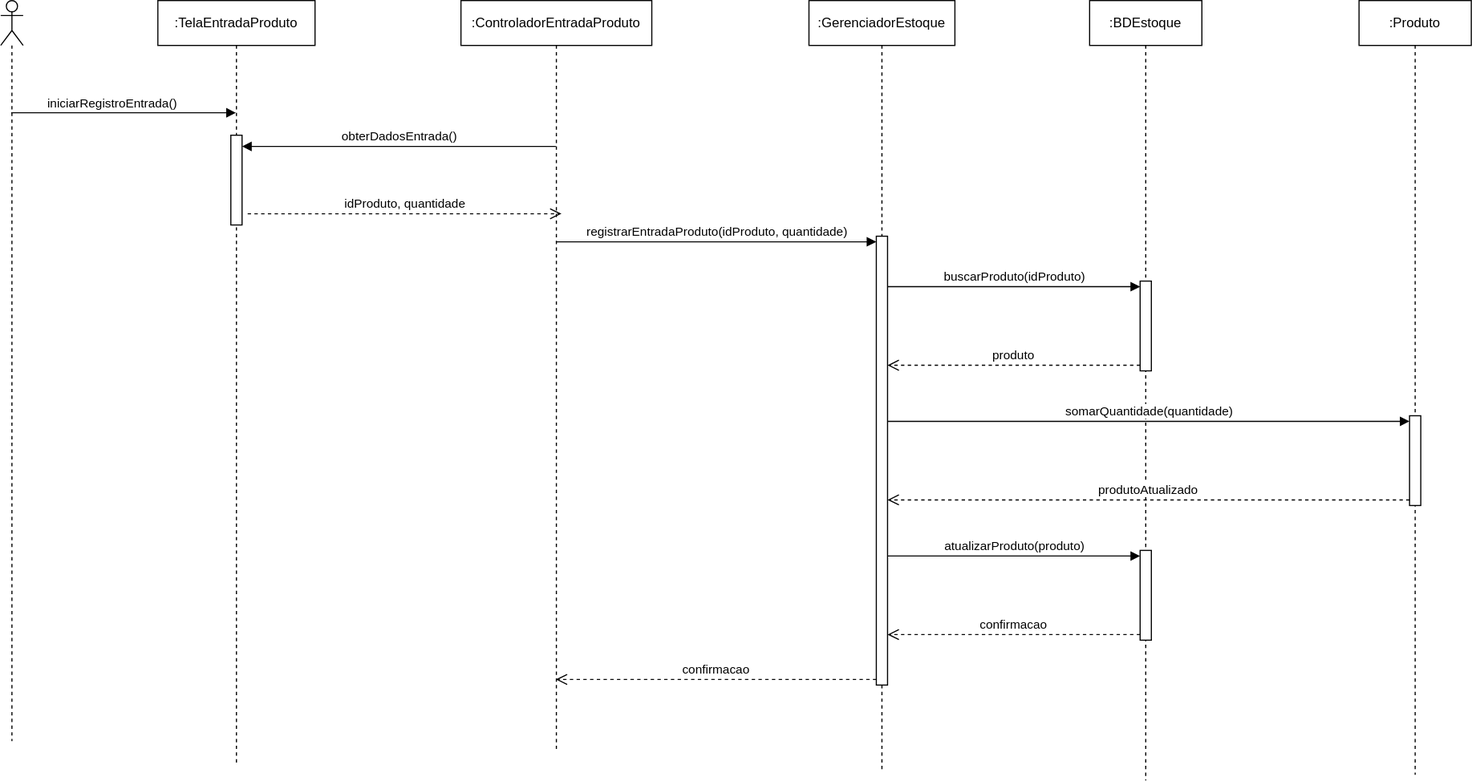
Above: DiagramaSequenciaFinalCorrigido.drawio.svg in Luca-Saboia/Desenvolvimento-de-Sistemas-II (draw.io), before the change. Source tidied: cells renumbered, new cells last; positions are measured from the earlier drawing's top-left corner, leaving out a move shared by most shapes.
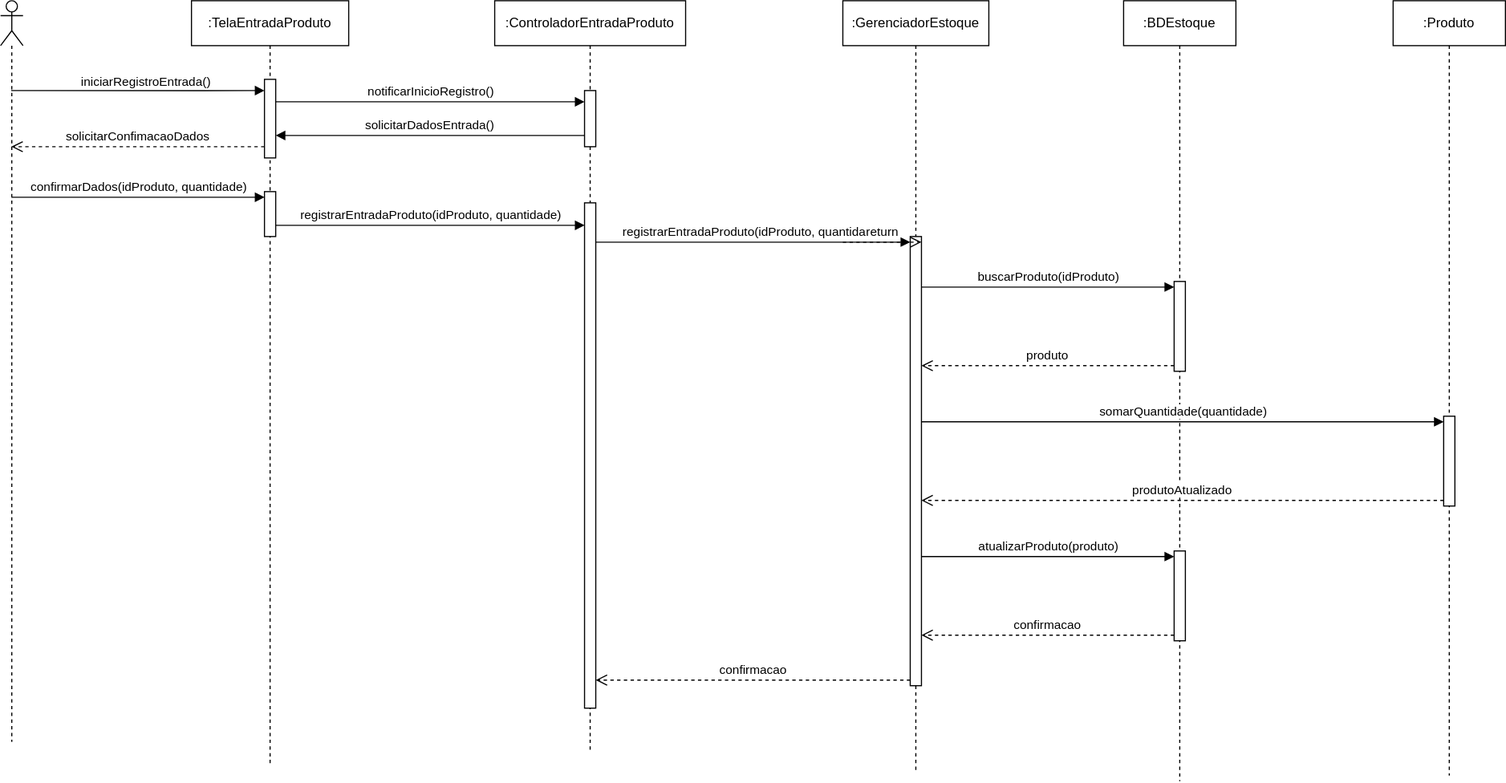
After the commit.

Diff of the diagram source:
```diff
@@ -3,17 +3,26 @@
     <mxCell id="0" />
     <mxCell id="1" parent="0" />
     <mxCell id="2" style="shape=umlLifeline;perimeter=lifelinePerimeter;whiteSpace=wrap;html=1;newEdgeStyle={&quot;curved&quot;:0,&quot;rounded&quot;:0};participant=umlActor;" parent="1" vertex="1">
-      <mxGeometry width="20" height="660" as="geometry" />
+      <mxGeometry x="-30" width="20" height="660" as="geometry" />
     </mxCell>
     <mxCell id="3" value=":TelaEntradaProduto" style="shape=umlLifeline;perimeter=lifelinePerimeter;whiteSpace=wrap;html=1;newEdgeStyle={&quot;curved&quot;:0,&quot;rounded&quot;:0};" parent="1" vertex="1">
       <mxGeometry x="140" width="140" height="680" as="geometry" />
     </mxCell>
-    <mxCell id="4" style="html=1;points=[[0,0,0,0,5],[0,1,0,0,-5],[1,0,0,0,5],[1,1,0,0,-5]];perimeter=orthogonalPerimeter;outlineConnect=0;targetShapes=umlLifeline;portConstraint=eastwest;newEdgeStyle={&quot;curved&quot;:0,&quot;rounded&quot;:0};" parent="3" vertex="1">
-      <mxGeometry x="65" y="120" width="10" height="80" as="geometry" />
-    </mxCell>
+    <mxCell id="25" style="html=1;perimeter=orthogonalPerimeter;targetShapes=umlLifeline;newEdgeStyle={&quot;curved&quot;:0,&quot;rounded&quot;:0};" parent="3" vertex="1">
+      <mxGeometry x="65" y="170" width="10" height="40" as="geometry" />
+    </mxCell>
+    <mxCell id="26" style="html=1;perimeter=orthogonalPerimeter;targetShapes=umlLifeline;newEdgeStyle={&quot;curved&quot;:0,&quot;rounded&quot;:0};" parent="3" vertex="1">
+      <mxGeometry x="65" y="70" width="10" height="70" as="geometry" />
+    </mxCell>
     <mxCell id="5" value=":ControladorEntradaProduto" style="shape=umlLifeline;perimeter=lifelinePerimeter;whiteSpace=wrap;html=1;outlineConnect=0;portConstraint=eastwest;newEdgeStyle={&quot;curved&quot;:0,&quot;rounded&quot;:0};" parent="1" vertex="1">
       <mxGeometry x="410" width="170" height="670" as="geometry" />
     </mxCell>
+    <mxCell id="27" style="html=1;points=[[0,0,0,0,5],[0,1,0,0,-5],[1,0,0,0,5],[1,1,0,0,-5]];perimeter=orthogonalPerimeter;outlineConnect=0;targetShapes=umlLifeline;portConstraint=eastwest;newEdgeStyle={&quot;curved&quot;:0,&quot;rounded&quot;:0};" parent="5" vertex="1">
+      <mxGeometry x="80" y="180" width="10" height="450" as="geometry" />
+    </mxCell>
+    <mxCell id="28" style="html=1;points=[[0,0,0,0,5],[0,1,0,0,-5],[1,0,0,0,5],[1,1,0,0,-5]];perimeter=orthogonalPerimeter;outlineConnect=0;targetShapes=umlLifeline;portConstraint=eastwest;newEdgeStyle={&quot;curved&quot;:0,&quot;rounded&quot;:0};" parent="5" vertex="1">
+      <mxGeometry x="80" y="80" width="10" height="50" as="geometry" />
+    </mxCell>
     <mxCell id="6" value=":Produto" style="shape=umlLifeline;perimeter=lifelinePerimeter;whiteSpace=wrap;html=1;newEdgeStyle={&quot;curved&quot;:0,&quot;rounded&quot;:0};size=40;" parent="1" vertex="1">
       <mxGeometry x="1210" width="100" height="690" as="geometry" />
     </mxCell>
@@ -22,18 +31,18 @@
     </mxCell>
     <mxCell id="8" style="endArrow=block;endFill=1;html=1;edgeStyle=orthogonalEdgeStyle;align=left;verticalAlign=top;rounded=0;" parent="1" edge="1">
       <mxGeometry x="-0.79" y="60" relative="1" as="geometry">
-        <mxPoint x="9.3" y="100" as="sourcePoint" />
-        <mxPoint x="209.5" y="100" as="targetPoint" />
+        <mxPoint x="-20.5" y="80" as="sourcePoint" />
+        <mxPoint x="205" y="80" as="targetPoint" />
         <Array as="points">
-          <mxPoint x="110" y="100" />
-          <mxPoint x="110" y="100" />
+          <mxPoint x="150" y="80" />
+          <mxPoint x="150" y="80" />
         </Array>
         <mxPoint x="-1" as="offset" />
       </mxGeometry>
     </mxCell>
     <mxCell id="9" value="iniciarRegistroEntrada()" style="edgeLabel;html=1;align=left;verticalAlign=bottom;" parent="8" vertex="1">
       <mxGeometry x="-1" relative="1" as="geometry">
-        <mxPoint x="31" as="offset" />
+        <mxPoint x="61" as="offset" />
       </mxGeometry>
     </mxCell>
     <mxCell id="10" value=":BDEstoque" style="shape=umlLifeline;perimeter=lifelinePerimeter;whiteSpace=wrap;html=1;newEdgeStyle={&quot;curved&quot;:0,&quot;rounded&quot;:0};" parent="1" vertex="1">
@@ -45,17 +54,9 @@
     <mxCell id="12" style="html=1;points=[[0,0,0,0,5],[0,1,0,0,-5],[1,0,0,0,5],[1,1,0,0,-5]];perimeter=orthogonalPerimeter;outlineConnect=0;targetShapes=umlLifeline;portConstraint=eastwest;newEdgeStyle={&quot;curved&quot;:0,&quot;rounded&quot;:0};" parent="10" vertex="1">
       <mxGeometry x="45" y="490" width="10" height="80" as="geometry" />
     </mxCell>
-    <mxCell id="13" value="idProduto, quantidade" style="html=1;verticalAlign=bottom;endArrow=open;dashed=1;endSize=8;curved=0;rounded=0;" parent="1" edge="1">
-      <mxGeometry relative="1" as="geometry">
-        <mxPoint x="220" y="190" as="sourcePoint" />
-        <mxPoint x="499.5" y="190" as="targetPoint" />
-      </mxGeometry>
-    </mxCell>
-    <mxCell id="14" value="obterDadosEntrada()" style="html=1;verticalAlign=bottom;endArrow=block;curved=0;rounded=0;" parent="1" edge="1" source="5" target="4">
+    <mxCell id="14" value="notificarInicioRegistro()" style="html=1;verticalAlign=bottom;endArrow=block;curved=0;rounded=0;" parent="1" edge="1" target="28">
       <mxGeometry relative="1" as="geometry">
-        <Array as="points">
-          <mxPoint x="380" y="130" />
-        </Array>
+        <mxPoint x="215" y="90" as="sourcePoint" />
       </mxGeometry>
     </mxCell>
     <mxCell id="15" value=":GerenciadorEstoque" style="shape=umlLifeline;perimeter=lifelinePerimeter;whiteSpace=wrap;html=1;newEdgeStyle={&quot;curved&quot;:0,&quot;rounded&quot;:0};" parent="1" vertex="1">
@@ -64,10 +65,10 @@
     <mxCell id="16" style="html=1;points=[[0,0,0,0,5],[0,1,0,0,-5],[1,0,0,0,5],[1,1,0,0,-5]];perimeter=orthogonalPerimeter;outlineConnect=0;targetShapes=umlLifeline;portConstraint=eastwest;newEdgeStyle={&quot;curved&quot;:0,&quot;rounded&quot;:0};" parent="15" vertex="1">
       <mxGeometry x="60" y="210" width="10" height="400" as="geometry" />
     </mxCell>
-    <mxCell id="17" value="registrarEntradaProduto(idProduto, quantidade)" style="html=1;verticalAlign=bottom;endArrow=block;curved=0;rounded=0;entryX=0;entryY=0;entryDx=0;entryDy=5;" parent="1" edge="1" source="5" target="16">
+    <mxCell id="17" value="registrarEntradaProduto(idProduto, quantidade)" style="html=1;verticalAlign=bottom;endArrow=block;curved=0;rounded=0;entryX=0;entryY=0;entryDx=0;entryDy=5;" parent="1" edge="1" source="27" target="16">
       <mxGeometry relative="1" as="geometry" />
     </mxCell>
-    <mxCell id="18" value="confirmacao" style="html=1;verticalAlign=bottom;endArrow=open;dashed=1;endSize=8;curved=0;rounded=0;exitX=0;exitY=1;exitDx=0;exitDy=-5;" parent="1" edge="1" source="16" target="5">
+    <mxCell id="18" value="confirmacao" style="html=1;verticalAlign=bottom;endArrow=open;dashed=1;endSize=8;curved=0;rounded=0;exitX=0;exitY=1;exitDx=0;exitDy=-5;" parent="1" edge="1" source="16" target="27">
       <mxGeometry relative="1" as="geometry" />
     </mxCell>
     <mxCell id="19" value="buscarProduto(idProduto)" style="html=1;verticalAlign=bottom;endArrow=block;curved=0;rounded=0;entryX=0;entryY=0;entryDx=0;entryDy=5;" parent="1" edge="1" source="16" target="11">
@@ -88,5 +89,42 @@
     <mxCell id="24" value="confirmacao" style="html=1;verticalAlign=bottom;endArrow=open;dashed=1;endSize=8;curved=0;rounded=0;exitX=0;exitY=1;exitDx=0;exitDy=-5;" parent="1" edge="1" source="12" target="16">
       <mxGeometry relative="1" as="geometry" />
     </mxCell>
+    <mxCell id="29" value="solicitarDadosEntrada()" style="html=1;verticalAlign=bottom;endArrow=block;curved=0;rounded=0;" parent="1" edge="1" source="28">
+      <mxGeometry relative="1" as="geometry">
+        <mxPoint x="215" y="120" as="targetPoint" />
+      </mxGeometry>
+    </mxCell>
+    <mxCell id="30" value="return" style="html=1;verticalAlign=bottom;endArrow=open;dashed=1;endSize=8;curved=0;rounded=0;exitX=1;exitY=1;exitDx=0;exitDy=-5;" parent="1" edge="1">
+      <mxGeometry relative="1" as="geometry">
+        <mxPoint x="720" y="215" as="sourcePoint" />
+        <mxPoint x="790" y="215" as="targetPoint" />
+      </mxGeometry>
+    </mxCell>
+    <mxCell id="31" value="confirmarDados(idProduto, quantidade)" style="html=1;verticalAlign=bottom;endArrow=block;curved=0;rounded=0;" parent="1" edge="1">
+      <mxGeometry relative="1" as="geometry">
+        <mxPoint x="-20.3" y="175" as="sourcePoint" />
+        <mxPoint x="205" y="175" as="targetPoint" />
+        <Array as="points">
+          <mxPoint x="50" y="175" />
+          <mxPoint x="180" y="175" />
+        </Array>
+      </mxGeometry>
+    </mxCell>
+    <mxCell id="32" value="solicitarConfimacaoDados" style="html=1;verticalAlign=bottom;endArrow=open;dashed=1;endSize=8;curved=0;rounded=0;" parent="1" edge="1">
+      <mxGeometry relative="1" as="geometry">
+        <mxPoint x="205" y="130" as="sourcePoint" />
+        <mxPoint x="-20.3" y="130" as="targetPoint" />
+      </mxGeometry>
+    </mxCell>
+    <mxCell id="33" value="registrarEntradaProduto(idProduto, quantidade)" style="html=1;verticalAlign=bottom;endArrow=block;curved=0;rounded=0;" parent="1" edge="1">
+      <mxGeometry relative="1" as="geometry">
+        <mxPoint x="215" y="200" as="sourcePoint" />
+        <mxPoint x="490" y="200" as="targetPoint" />
+        <Array as="points">
+          <mxPoint x="310.3" y="200" />
+          <mxPoint x="440.3" y="200" />
+        </Array>
+      </mxGeometry>
+    </mxCell>
   </root>
 </mxGraphModel>
```
